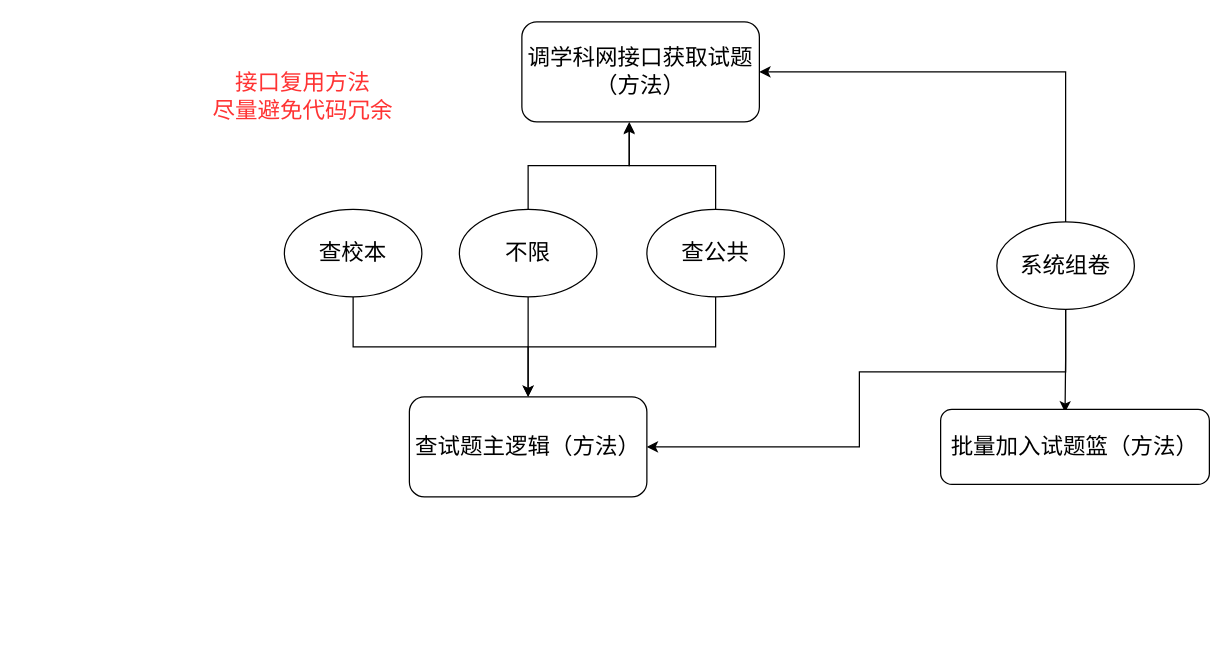
This is img/试题查询相关功能.drawio from li-fenglei/pic-bed, a draw.io file, before an edit. Source tidied: cells renumbered, new cells numbered last; positions are measured from the earlier drawing's top-left corner, leaving out a move shared by most shapes. Both pictures are drawn from the tidied source at 125%, with x=0, y=0 at pixel (146, 21).
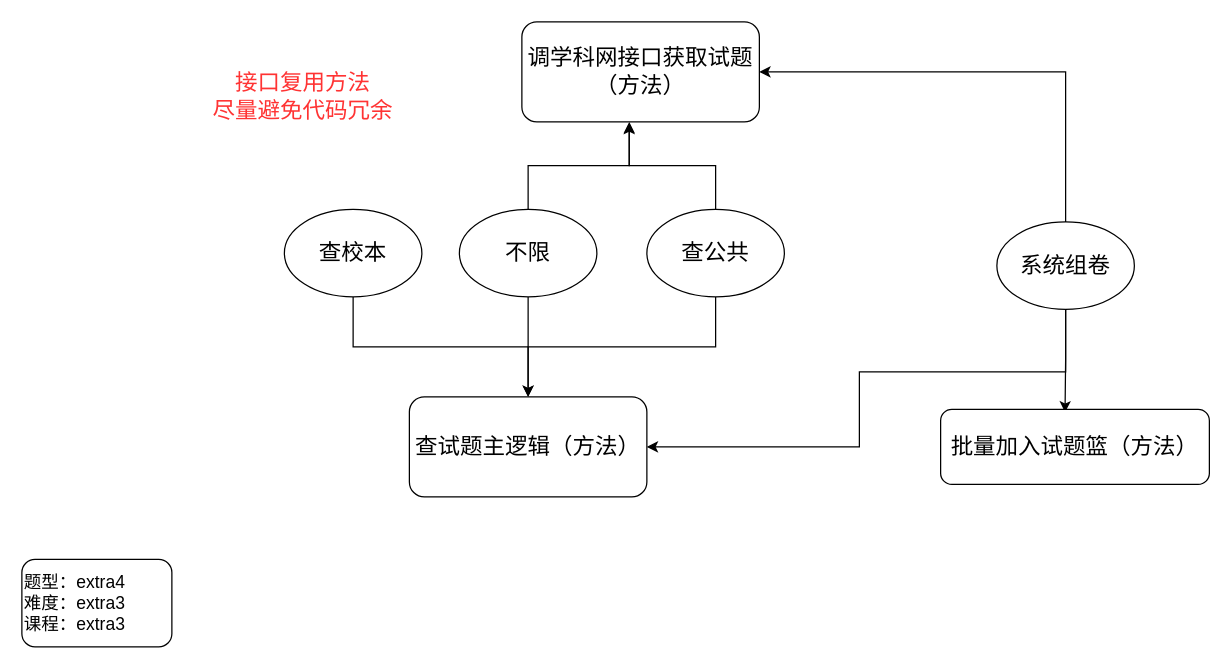
The same diagram, later.

Commit message:
更新试题查询相关功能.drawio

Diff of the diagram source:
```diff
@@
+    <mxCell id="18" value="&lt;font style=&quot;font-size: 14px;&quot;&gt;题型：extra4&lt;br&gt;难度：extra3&lt;br&gt;课程：extra3&lt;/font&gt;" style="rounded=1;whiteSpace=wrap;html=1;align=left;" parent="1" vertex="1">
+      <mxGeometry x="-100" y="430" width="120" height="70" as="geometry" />
+    </mxCell>
```
